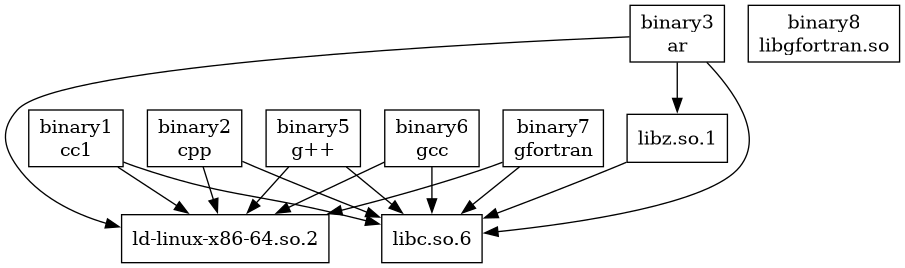
Earlier version of the Graphviz export scripts/sbom_graph.png (p7k-S/ISPuaro). Its source is kept beside it as scripts/sbom_graph.dot.
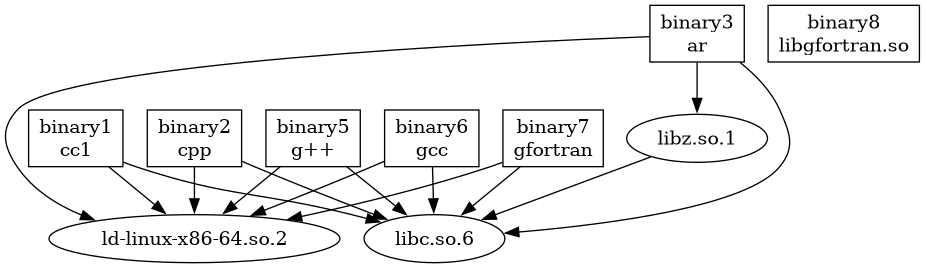
The same file after the commit.

The edit, as a diff of the source:
```diff
@@ -3,8 +3,8 @@
     "2bc75fa5ad779c5329d271546bcf9f65" [label="binary1\ncc1", shape=box];
     "2bc75fa5ad779c5329d271546bcf9f65" -> "009a09df458d78514d3f7324b74da26c";
     "2bc75fa5ad779c5329d271546bcf9f65" -> "786209f5ea18ea186d34979aa51f3343";
-    "009a09df458d78514d3f7324b74da26c" [label="libc.so.6\n", shape=box];
-    "786209f5ea18ea186d34979aa51f3343" [label="ld-linux-x86-64.so.2\n", shape=box];
+    "009a09df458d78514d3f7324b74da26c" [label="libc.so.6\n", shape=ellipse];
+    "786209f5ea18ea186d34979aa51f3343" [label="ld-linux-x86-64.so.2\n", shape=ellipse];
     "2f25beac43c57116de46e227db57d08b" [label="binary2\ncpp", shape=box];
     "2f25beac43c57116de46e227db57d08b" -> "009a09df458d78514d3f7324b74da26c";
     "2f25beac43c57116de46e227db57d08b" -> "786209f5ea18ea186d34979aa51f3343";
@@ -12,7 +12,7 @@
     "ca21ec459bc61bf3f37b802de95643b5" -> "a472f69d270ee71120f52afd509771bc";
     "ca21ec459bc61bf3f37b802de95643b5" -> "009a09df458d78514d3f7324b74da26c";
     "ca21ec459bc61bf3f37b802de95643b5" -> "786209f5ea18ea186d34979aa51f3343";
-    "a472f69d270ee71120f52afd509771bc" [label="libz.so.1\n", shape=box];
+    "a472f69d270ee71120f52afd509771bc" [label="libz.so.1\n", shape=ellipse];
     "a472f69d270ee71120f52afd509771bc" -> "009a09df458d78514d3f7324b74da26c";
     "9d7a37a8d8926db082066c37ff6852fc" [label="binary5\ng++", shape=box];
     "9d7a37a8d8926db082066c37ff6852fc" -> "009a09df458d78514d3f7324b74da26c";
```
